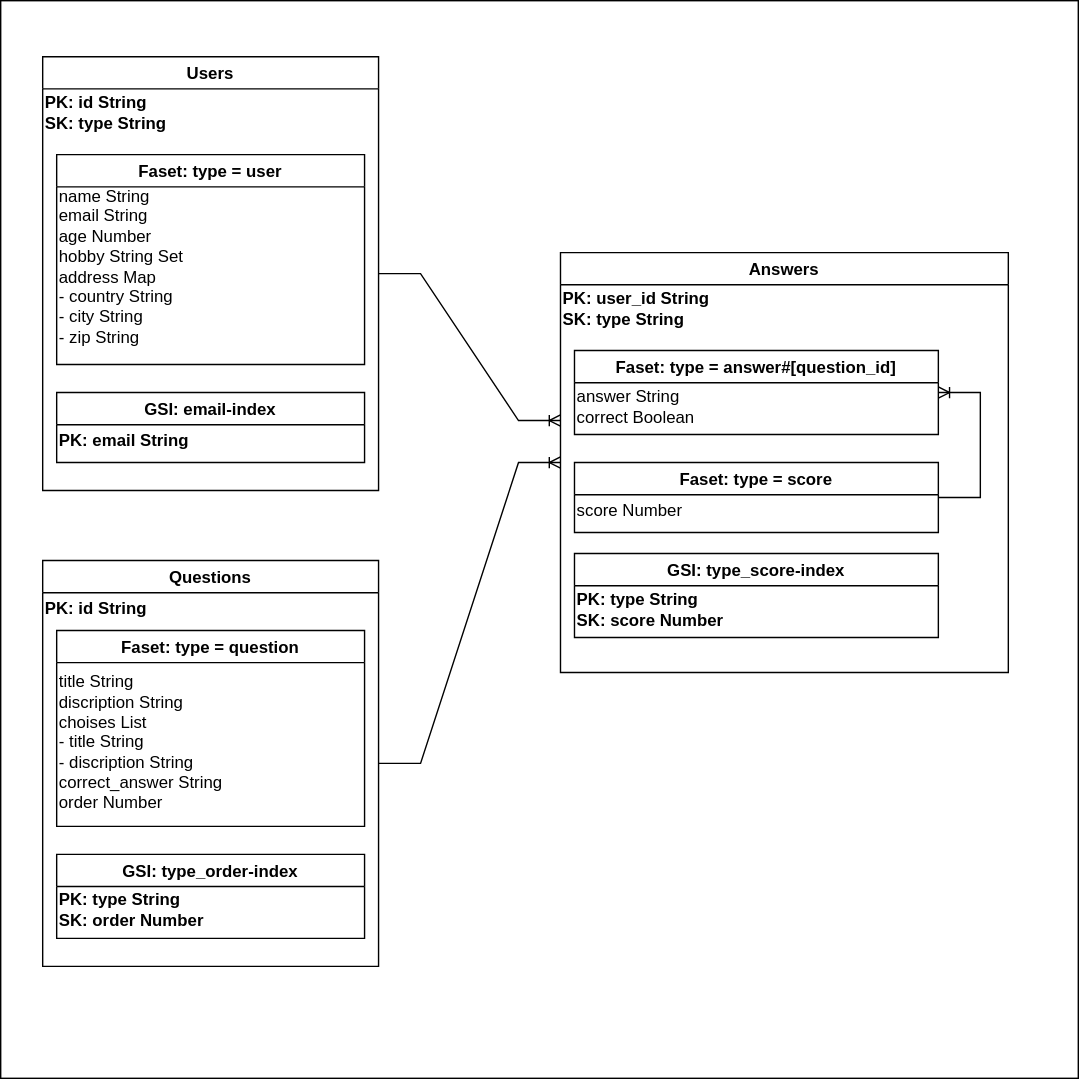
Earlier version of the draw.io export er.drawio.svg (danishi/dynamodb-er-diagram). Source tidied: cells renumbered, new cells last; positions are measured from the earlier drawing's top-left corner, leaving out a move shared by most shapes.
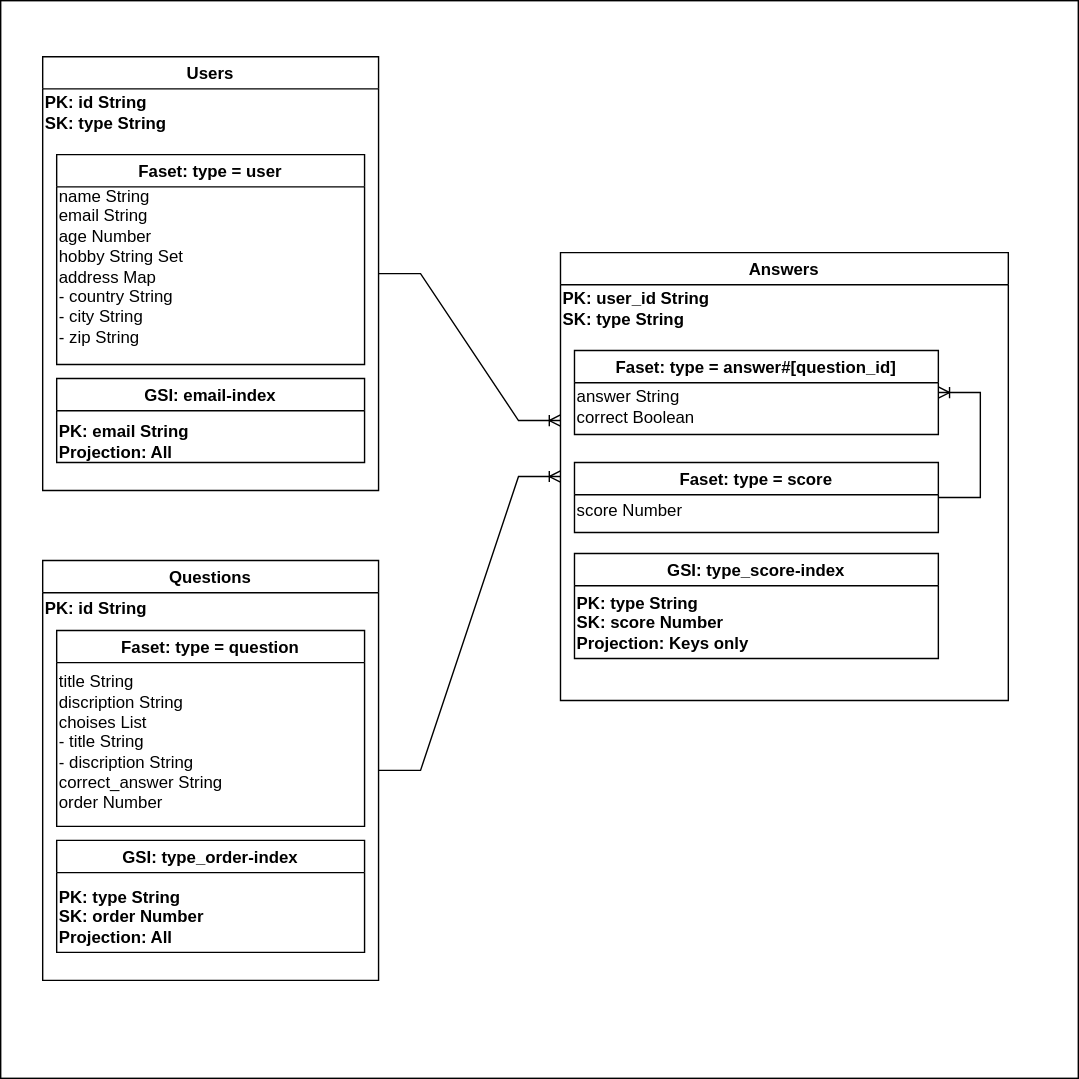
The same file after the commit.

Commit message:
Notation of projection

Diff of the diagram source:
```diff
@@ -18,10 +18,10 @@
       <mxGeometry y="20" width="100" height="120" as="geometry" />
     </mxCell>
     <mxCell id="7" value="GSI: email-index" style="swimlane;strokeColor=#000000;" parent="3" vertex="1">
-      <mxGeometry x="10" y="240" width="220" height="50" as="geometry" />
+      <mxGeometry x="10" y="230" width="220" height="60" as="geometry" />
     </mxCell>
-    <mxCell id="8" value="&lt;span style=&quot;font-weight: 700;&quot;&gt;PK: email String&lt;/span&gt;&lt;span style=&quot;background-color: initial;&quot;&gt;&lt;br&gt;&lt;/span&gt;" style="text;html=1;align=left;verticalAlign=middle;strokeColor=none;fillColor=none;fontStyle=0;fontColor=#000000;" parent="7" vertex="1">
-      <mxGeometry y="20" width="120" height="30" as="geometry" />
+    <mxCell id="8" value="&lt;span style=&quot;font-weight: 700&quot;&gt;PK: email String&lt;br&gt;&lt;/span&gt;&lt;b&gt;Projection: All&lt;/b&gt;&lt;span&gt;&lt;br&gt;&lt;/span&gt;" style="text;html=1;align=left;verticalAlign=middle;strokeColor=none;fillColor=none;fontStyle=0;fontColor=#000000;" parent="7" vertex="1">
+      <mxGeometry y="30" width="110" height="30" as="geometry" />
     </mxCell>
     <mxCell id="9" style="edgeStyle=entityRelationEdgeStyle;fontSize=12;html=1;endArrow=ERoneToMany;rounded=0;exitX=1;exitY=0.5;exitDx=0;exitDy=0;strokeColor=#000000;" parent="1" edge="1" source="3">
       <mxGeometry relative="1" as="geometry">
@@ -29,7 +29,7 @@
       </mxGeometry>
     </mxCell>
     <mxCell id="10" value="Answers" style="swimlane;startSize=23;strokeColor=#000000;" parent="1" vertex="1">
-      <mxGeometry x="400" y="180" width="320" height="300" as="geometry" />
+      <mxGeometry x="400" y="180" width="320" height="320" as="geometry" />
     </mxCell>
     <mxCell id="11" value="&lt;span style=&quot;background-color: initial;&quot;&gt;PK: user_id String&lt;br&gt;SK: type String&lt;br&gt;&lt;/span&gt;" style="text;html=1;align=left;verticalAlign=middle;strokeColor=none;fillColor=none;fontStyle=1;fontColor=#000000;" parent="10" vertex="1">
       <mxGeometry y="20" width="130" height="40" as="geometry" />
@@ -41,10 +41,10 @@
       <mxGeometry y="20" width="110" height="40" as="geometry" />
     </mxCell>
     <mxCell id="14" value="GSI: type_score-index" style="swimlane;startSize=23;strokeColor=#000000;" parent="10" vertex="1">
-      <mxGeometry x="10" y="215" width="260" height="60" as="geometry" />
+      <mxGeometry x="10" y="215" width="260" height="75" as="geometry" />
     </mxCell>
-    <mxCell id="15" value="&lt;span style=&quot;font-weight: 700;&quot;&gt;PK: type String&lt;br&gt;&lt;/span&gt;&lt;span style=&quot;font-weight: 700;&quot;&gt;SK: score Number&lt;/span&gt;&lt;span style=&quot;background-color: initial;&quot;&gt;&lt;br&gt;&lt;/span&gt;" style="text;html=1;align=left;verticalAlign=middle;strokeColor=none;fillColor=none;fontStyle=0;fontColor=#000000;" parent="14" vertex="1">
-      <mxGeometry y="20" width="130" height="40" as="geometry" />
+    <mxCell id="15" value="&lt;span style=&quot;font-weight: 700&quot;&gt;PK: type String&lt;br&gt;&lt;/span&gt;&lt;span style=&quot;font-weight: 700&quot;&gt;SK: score Number&lt;br&gt;&lt;/span&gt;&lt;span&gt;&lt;b&gt;Projection: Keys only&lt;/b&gt;&lt;br&gt;&lt;/span&gt;" style="text;html=1;align=left;verticalAlign=middle;strokeColor=none;fillColor=none;fontStyle=0;fontColor=#000000;" parent="14" vertex="1">
+      <mxGeometry y="25" width="140" height="50" as="geometry" />
     </mxCell>
     <mxCell id="16" value="Faset: type = score" style="swimlane;strokeColor=#000000;" parent="10" vertex="1">
       <mxGeometry x="10" y="150" width="260" height="50" as="geometry" />
@@ -56,16 +56,16 @@
       <mxGeometry relative="1" as="geometry" />
     </mxCell>
     <mxCell id="19" value="Questions" style="swimlane;strokeColor=#000000;" parent="1" vertex="1">
-      <mxGeometry x="30" y="400" width="240" height="290" as="geometry" />
+      <mxGeometry x="30" y="400" width="240" height="300" as="geometry" />
     </mxCell>
     <mxCell id="20" value="&lt;span style=&quot;background-color: initial;&quot;&gt;PK: id String&lt;/span&gt;&lt;span style=&quot;background-color: initial;&quot;&gt;&lt;br&gt;&lt;/span&gt;" style="text;html=1;align=left;verticalAlign=middle;strokeColor=none;fillColor=none;fontStyle=1;fontColor=#000000;" parent="19" vertex="1">
       <mxGeometry y="20" width="100" height="30" as="geometry" />
     </mxCell>
     <mxCell id="21" value="GSI: type_order-index" style="swimlane;startSize=23;strokeColor=#000000;" parent="19" vertex="1">
-      <mxGeometry x="10" y="210" width="220" height="60" as="geometry" />
+      <mxGeometry x="10" y="200" width="220" height="80" as="geometry" />
     </mxCell>
-    <mxCell id="22" value="&lt;span style=&quot;font-weight: 700;&quot;&gt;PK: type String&lt;br&gt;&lt;/span&gt;&lt;span style=&quot;background-color: initial;&quot;&gt;&lt;b&gt;SK: order Number&lt;/b&gt;&lt;br&gt;&lt;/span&gt;" style="text;html=1;align=left;verticalAlign=middle;strokeColor=none;fillColor=none;fontStyle=0;fontColor=#000000;" parent="21" vertex="1">
-      <mxGeometry y="20" width="130" height="40" as="geometry" />
+    <mxCell id="22" value="&lt;span style=&quot;font-weight: 700&quot;&gt;PK: type String&lt;br&gt;&lt;/span&gt;&lt;span&gt;&lt;b&gt;SK: order Number&lt;br&gt;&lt;/b&gt;&lt;/span&gt;&lt;b&gt;Projection: All&lt;/b&gt;&lt;span&gt;&lt;br&gt;&lt;/span&gt;" style="text;html=1;align=left;verticalAlign=middle;strokeColor=none;fillColor=none;fontStyle=0;fontColor=#000000;" parent="21" vertex="1">
+      <mxGeometry y="30" width="120" height="50" as="geometry" />
     </mxCell>
     <mxCell id="23" value="Faset: type = question" style="swimlane;startSize=23;strokeColor=#000000;" parent="19" vertex="1">
       <mxGeometry x="10" y="50" width="220" height="140" as="geometry" />
```
